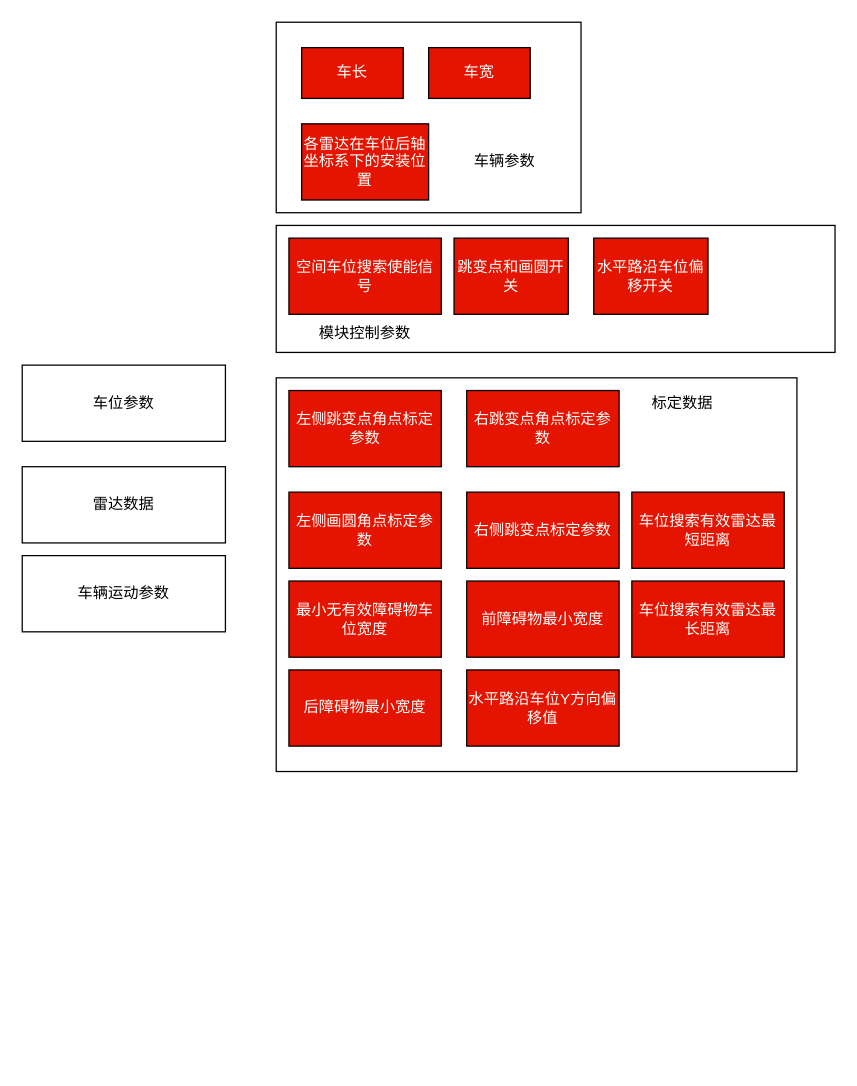
Before: page "空间车位搜索" (1 of 4) of FAPA/FAPA-new.drawio in bugquella/diagrams, a draw.io diagram. Source tidied: cells renumbered, new cells numbered last; positions are measured from the earlier drawing's top-left corner, leaving out a move shared by most shapes. Both pictures are drawn from the tidied source at 127%, with x=0, y=0 at pixel (22, 22).
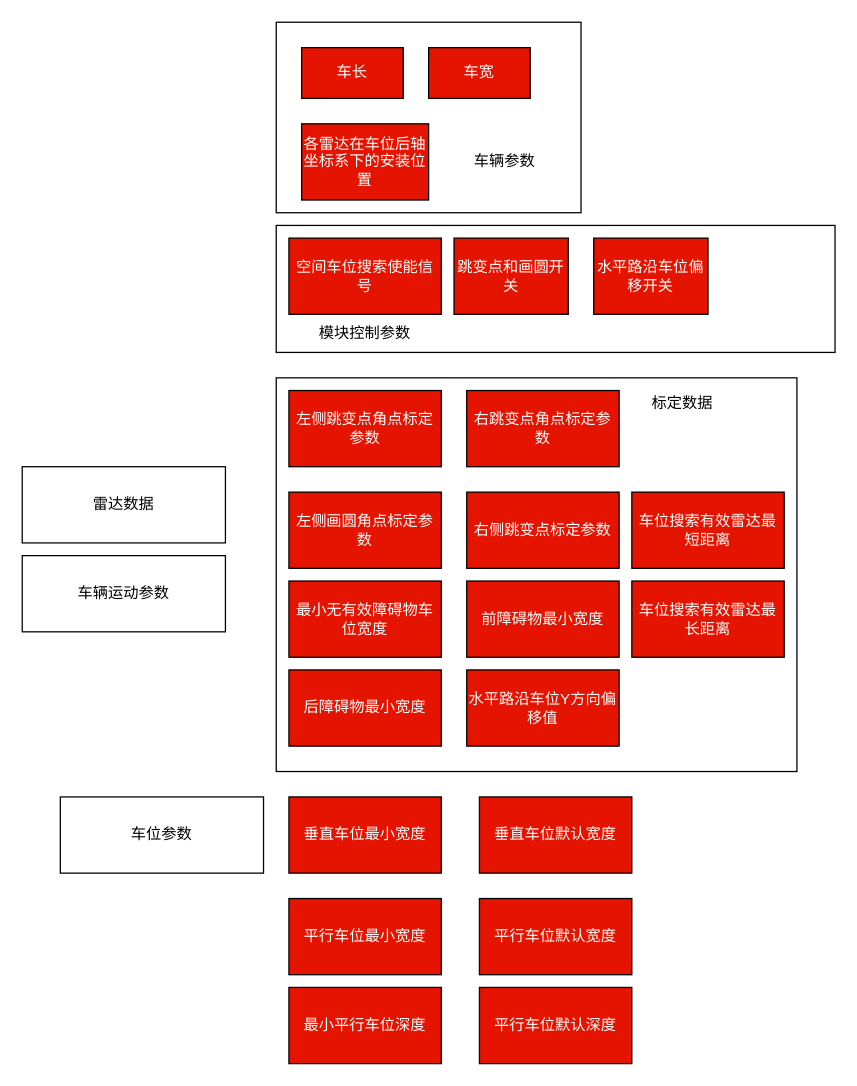
The same diagram, later.

Change to the diagram source:
```diff
@@
     <mxCell id="5" value="车位参数" style="rounded=0;whiteSpace=wrap;html=1;" parent="1" vertex="1">
-      <mxGeometry y="270" width="160" height="60" as="geometry" />
+      <mxGeometry x="30" y="610" width="160" height="60" as="geometry" />
     </mxCell>
@@
+    <mxCell id="27" value="垂直车位最小宽度" style="rounded=0;whiteSpace=wrap;html=1;fillColor=#e51400;fontColor=#ffffff;strokeColor=#000000;" parent="1" vertex="1">
+      <mxGeometry x="210" y="610" width="120" height="60" as="geometry" />
+    </mxCell>
+    <mxCell id="28" value="垂直车位默认宽度" style="rounded=0;whiteSpace=wrap;html=1;fillColor=#e51400;fontColor=#ffffff;strokeColor=#000000;" parent="1" vertex="1">
+      <mxGeometry x="360" y="610" width="120" height="60" as="geometry" />
+    </mxCell>
+    <mxCell id="29" value="平行车位最小宽度" style="rounded=0;whiteSpace=wrap;html=1;fillColor=#e51400;fontColor=#ffffff;strokeColor=#000000;" parent="1" vertex="1">
+      <mxGeometry x="210" y="690" width="120" height="60" as="geometry" />
+    </mxCell>
+    <mxCell id="30" value="最小平行车位深度" style="rounded=0;whiteSpace=wrap;html=1;fillColor=#e51400;fontColor=#ffffff;strokeColor=#000000;" parent="1" vertex="1">
+      <mxGeometry x="210" y="760" width="120" height="60" as="geometry" />
+    </mxCell>
+    <mxCell id="31" value="平行车位默认宽度" style="rounded=0;whiteSpace=wrap;html=1;fillColor=#e51400;fontColor=#ffffff;strokeColor=#000000;" parent="1" vertex="1">
+      <mxGeometry x="360" y="690" width="120" height="60" as="geometry" />
+    </mxCell>
+    <mxCell id="32" value="平行车位默认深度" style="rounded=0;whiteSpace=wrap;html=1;fillColor=#e51400;fontColor=#ffffff;strokeColor=#000000;" parent="1" vertex="1">
+      <mxGeometry x="360" y="760" width="120" height="60" as="geometry" />
+    </mxCell>
```
